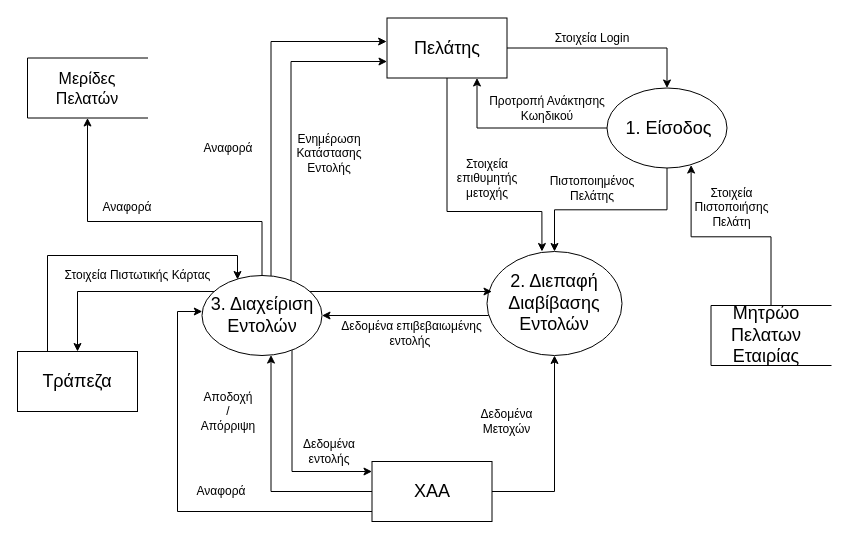
WilhelmStein/Analysis-and-Design-of-Software keeps this draw.io diagram as Structured_Analysis/Level_1_Diagram.drawio. Above is the earlier version. Source tidied: cells renumbered, new cells numbered last; positions are measured from the earlier drawing's top-left corner, leaving out a move shared by most shapes. Both pictures are drawn from the tidied source at 100%, with x=0, y=0 at pixel (17, 17).
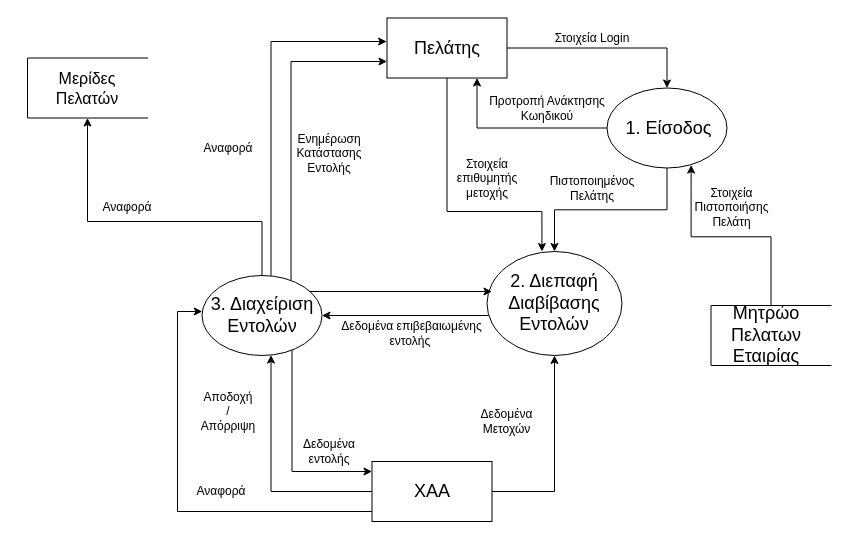
The same page after the edit.

The change refers to these unchanged cells:
```xml
<mxCell id="34" style="ellipse;whiteSpace=wrap;html=1;" parent="1" vertex="1">
  <mxGeometry x="184.5" y="258" width="120" height="80" as="geometry" />
</mxCell>
```

What changed in the source:
```diff
@@
-    <mxCell id="18" style="rounded=0;whiteSpace=wrap;html=1;fillColor=none;" parent="1" vertex="1">
-      <mxGeometry y="334" width="120" height="60" as="geometry" />
-    </mxCell>
-    <mxCell id="19" style="edgeStyle=orthogonalEdgeStyle;rounded=0;jettySize=auto;html=1;entryX=0.296;entryY=0.05;entryDx=0;entryDy=0;entryPerimeter=0;" parent="1" edge="1" source="20" target="34">
-      <mxGeometry relative="1" as="geometry">
-        <Array as="points">
-          <mxPoint x="30" y="238" />
-          <mxPoint x="220" y="238" />
-        </Array>
-      </mxGeometry>
-    </mxCell>
-    <mxCell id="20" value="&lt;font style=&quot;font-size: 18px&quot;&gt;Τράπεζα&lt;/font&gt;" style="text;html=1;strokeColor=none;fillColor=none;align=center;verticalAlign=middle;whiteSpace=wrap;rounded=0;" parent="1" vertex="1">
-      <mxGeometry y="334" width="120" height="60" as="geometry" />
-    </mxCell>
-    <mxCell id="21" value="Στοιχεία Πιστωτικής Κάρτας" style="text;html=1;strokeColor=none;fillColor=none;align=center;verticalAlign=middle;whiteSpace=wrap;rounded=0;" parent="1" vertex="1">
-      <mxGeometry x="42.5" y="248" width="155" height="20" as="geometry" />
-    </mxCell>
@@
-    <mxCell id="32" style="edgeStyle=orthogonalEdgeStyle;rounded=0;jettySize=auto;html=1;entryX=0.5;entryY=0;entryDx=0;entryDy=0;" parent="1" edge="1" source="34" target="20">
-      <mxGeometry relative="1" as="geometry">
-        <Array as="points">
-          <mxPoint x="60" y="274" />
-        </Array>
-      </mxGeometry>
-    </mxCell>
```
